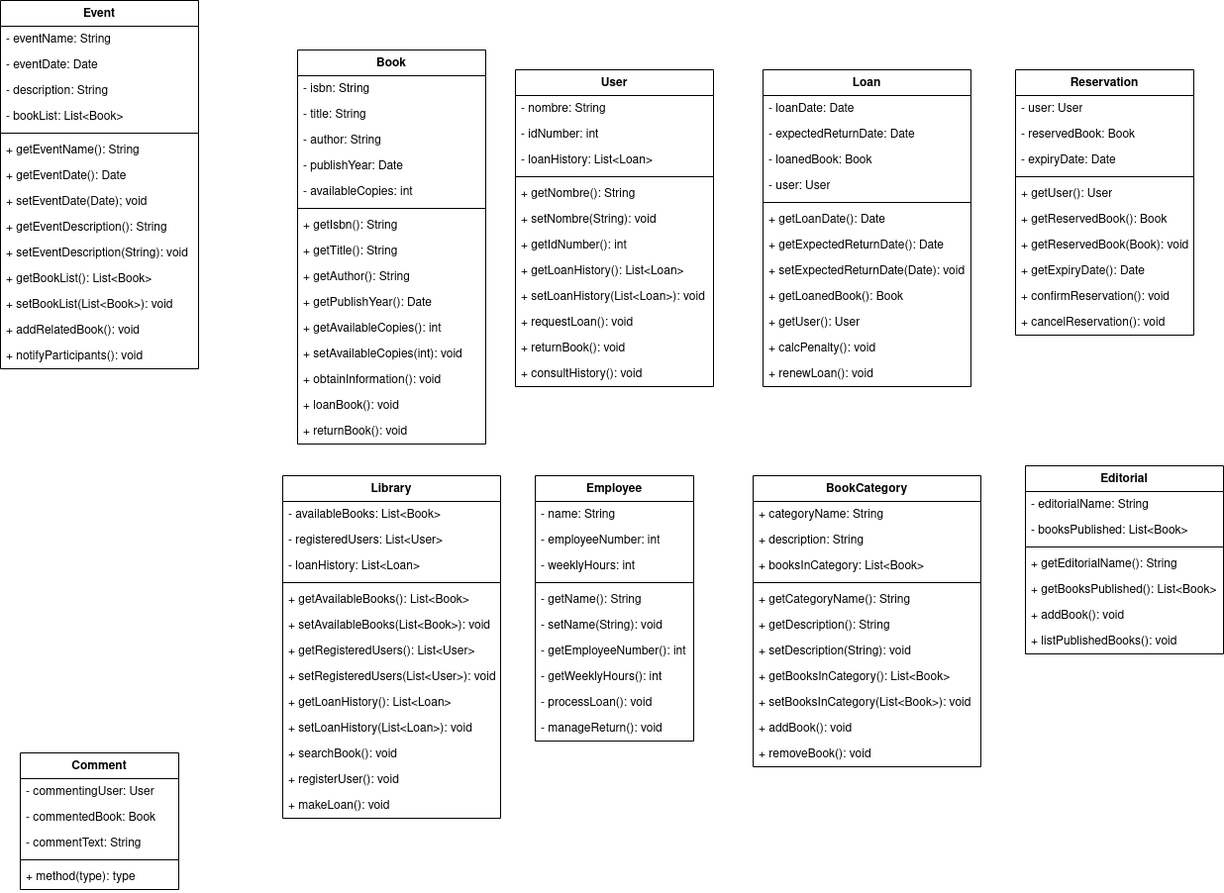
The draw.io diagram proyecto/classdiagram/classdiagramlibrary.png in mackstm/ets, before a commit. Source tidied: cells renumbered, new cells last; positions are measured from the earlier drawing's top-left corner, leaving out a move shared by most shapes.
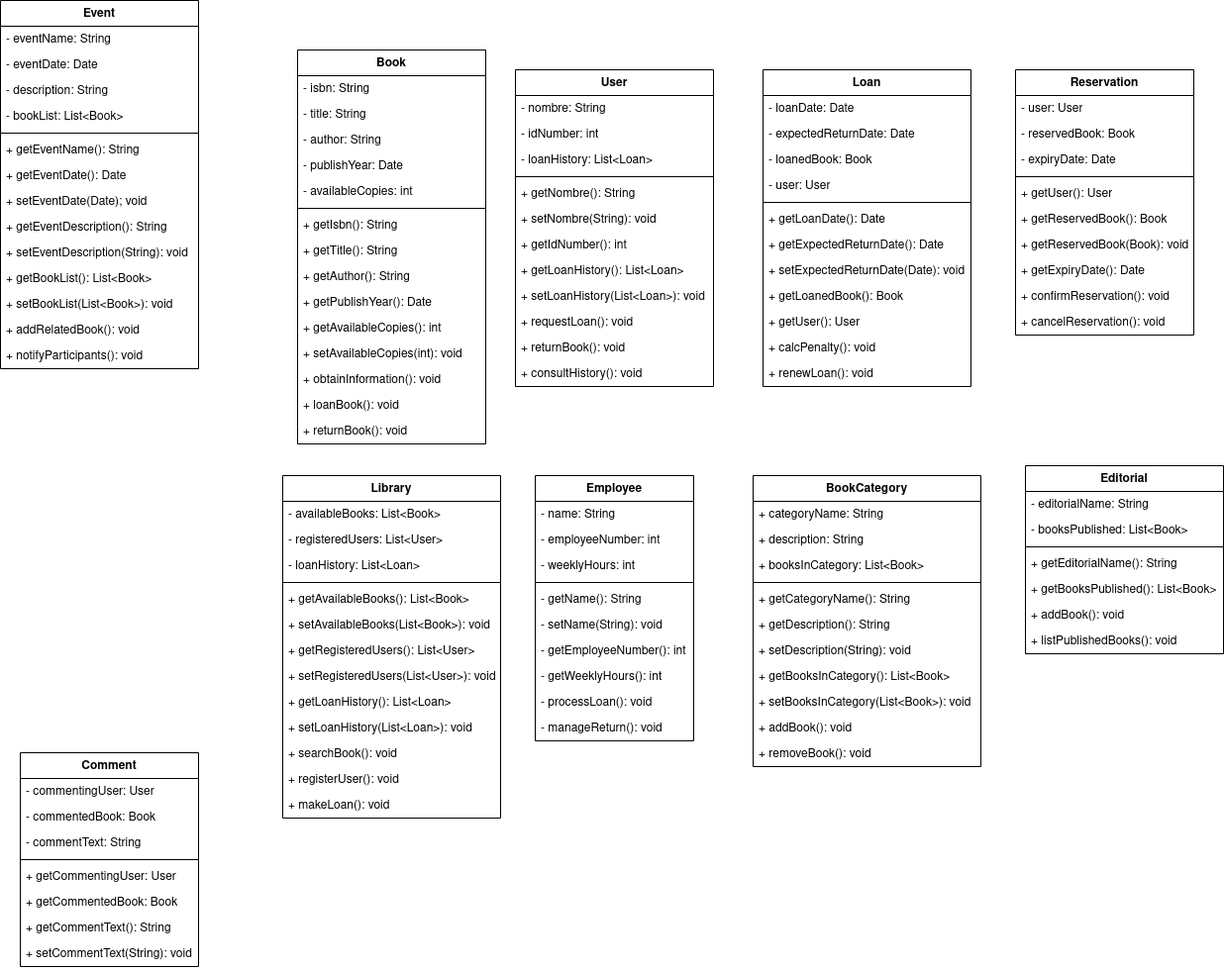
After the commit.

Diff of the diagram source:
```diff
@@ -342,22 +342,31 @@
       <mxGeometry y="164" width="200" height="26" as="geometry" />
     </mxCell>
     <mxCell id="115" value="Comment" style="swimlane;fontStyle=1;align=center;verticalAlign=top;horizontal=1;startSize=26;whiteSpace=wrap;html=1;" parent="1" vertex="1">
-      <mxGeometry x="20" y="760" width="160" height="138" as="geometry" />
+      <mxGeometry x="20" y="760" width="180" height="216" as="geometry" />
     </mxCell>
     <mxCell id="116" value="- commentingUser: User" style="text;strokeColor=none;fillColor=none;align=left;verticalAlign=top;spacingLeft=4;spacingRight=4;overflow=hidden;whiteSpace=wrap;html=1;" parent="115" vertex="1">
-      <mxGeometry y="26" width="160" height="26" as="geometry" />
+      <mxGeometry y="26" width="180" height="26" as="geometry" />
     </mxCell>
     <mxCell id="117" value="- commentedBook: Book" style="text;strokeColor=none;fillColor=none;align=left;verticalAlign=top;spacingLeft=4;spacingRight=4;overflow=hidden;whiteSpace=wrap;html=1;" parent="115" vertex="1">
-      <mxGeometry y="52" width="160" height="26" as="geometry" />
+      <mxGeometry y="52" width="180" height="26" as="geometry" />
     </mxCell>
     <mxCell id="118" value="- commentText: String" style="text;strokeColor=none;fillColor=none;align=left;verticalAlign=top;spacingLeft=4;spacingRight=4;overflow=hidden;whiteSpace=wrap;html=1;" parent="115" vertex="1">
-      <mxGeometry y="78" width="160" height="26" as="geometry" />
+      <mxGeometry y="78" width="180" height="26" as="geometry" />
     </mxCell>
     <mxCell id="119" style="line;strokeWidth=1;fillColor=none;align=left;verticalAlign=middle;spacingTop=-1;spacingLeft=3;spacingRight=3;labelPosition=right;strokeColor=inherit;" parent="115" vertex="1">
-      <mxGeometry y="104" width="160" height="8" as="geometry" />
+      <mxGeometry y="104" width="180" height="8" as="geometry" />
     </mxCell>
-    <mxCell id="120" value="+ method(type): type" style="text;strokeColor=none;fillColor=none;align=left;verticalAlign=top;spacingLeft=4;spacingRight=4;overflow=hidden;whiteSpace=wrap;html=1;" parent="115" vertex="1">
-      <mxGeometry y="112" width="160" height="26" as="geometry" />
+    <mxCell id="120" value="+ getCommentingUser: User" style="text;strokeColor=none;fillColor=none;align=left;verticalAlign=top;spacingLeft=4;spacingRight=4;overflow=hidden;whiteSpace=wrap;html=1;" parent="115" vertex="1">
+      <mxGeometry y="112" width="180" height="26" as="geometry" />
     </mxCell>
+    <mxCell id="121" value="+ getCommentedBook: Book" style="text;strokeColor=none;fillColor=none;align=left;verticalAlign=top;spacingLeft=4;spacingRight=4;overflow=hidden;whiteSpace=wrap;html=1;" parent="115" vertex="1">
+      <mxGeometry y="138" width="180" height="26" as="geometry" />
+    </mxCell>
+    <mxCell id="122" value="+ getCommentText(): String" style="text;strokeColor=none;fillColor=none;align=left;verticalAlign=top;spacingLeft=4;spacingRight=4;overflow=hidden;whiteSpace=wrap;html=1;" parent="115" vertex="1">
+      <mxGeometry y="164" width="180" height="26" as="geometry" />
+    </mxCell>
+    <mxCell id="123" value="+ setCommentText(String): void" style="text;strokeColor=none;fillColor=none;align=left;verticalAlign=top;spacingLeft=4;spacingRight=4;overflow=hidden;whiteSpace=wrap;html=1;" parent="115" vertex="1">
+      <mxGeometry y="190" width="180" height="26" as="geometry" />
+    </mxCell>
   </root>
 </mxGraphModel>
```
